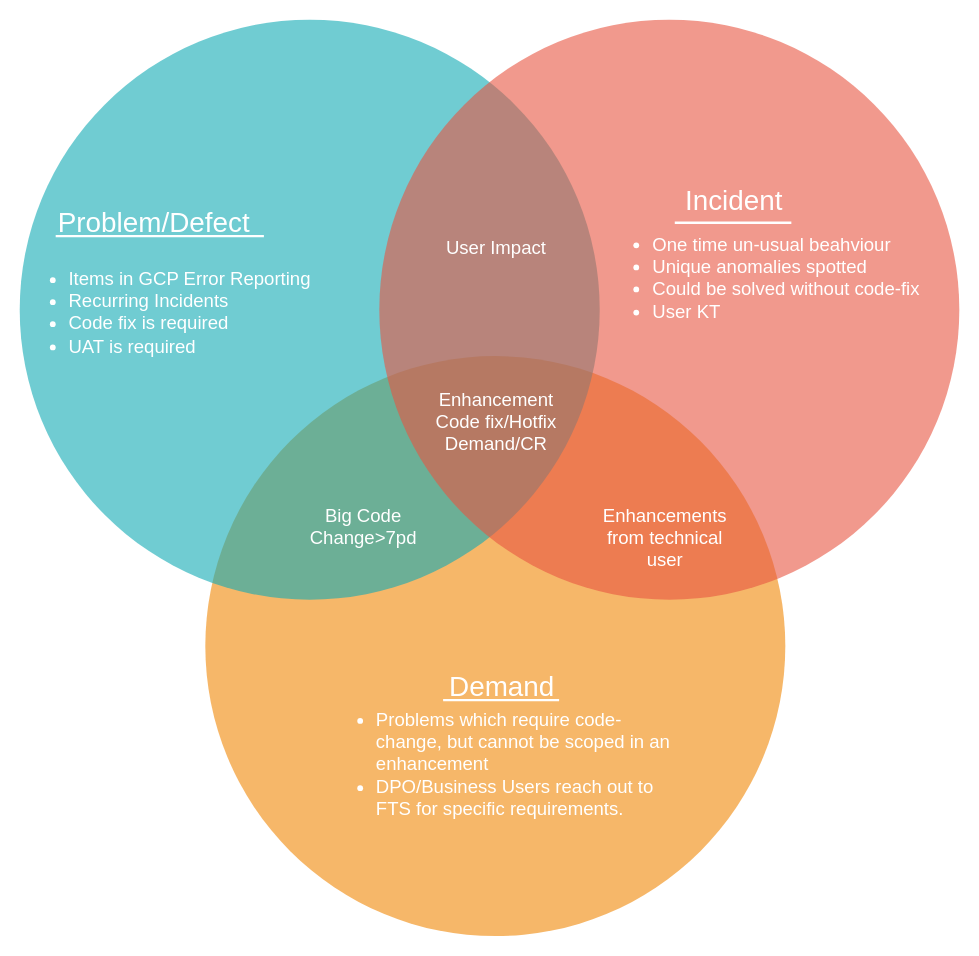
The draw.io diagram Incident-Problem-classification.drawio in mainakdey-oa/diagramit, before the edit. Source tidied: cells renumbered, new cells numbered last; positions are measured from the earlier drawing's top-left corner, leaving out a move shared by most shapes. Both pictures are drawn from the tidied source at 116%, with x=0, y=0 at pixel (20, 19).
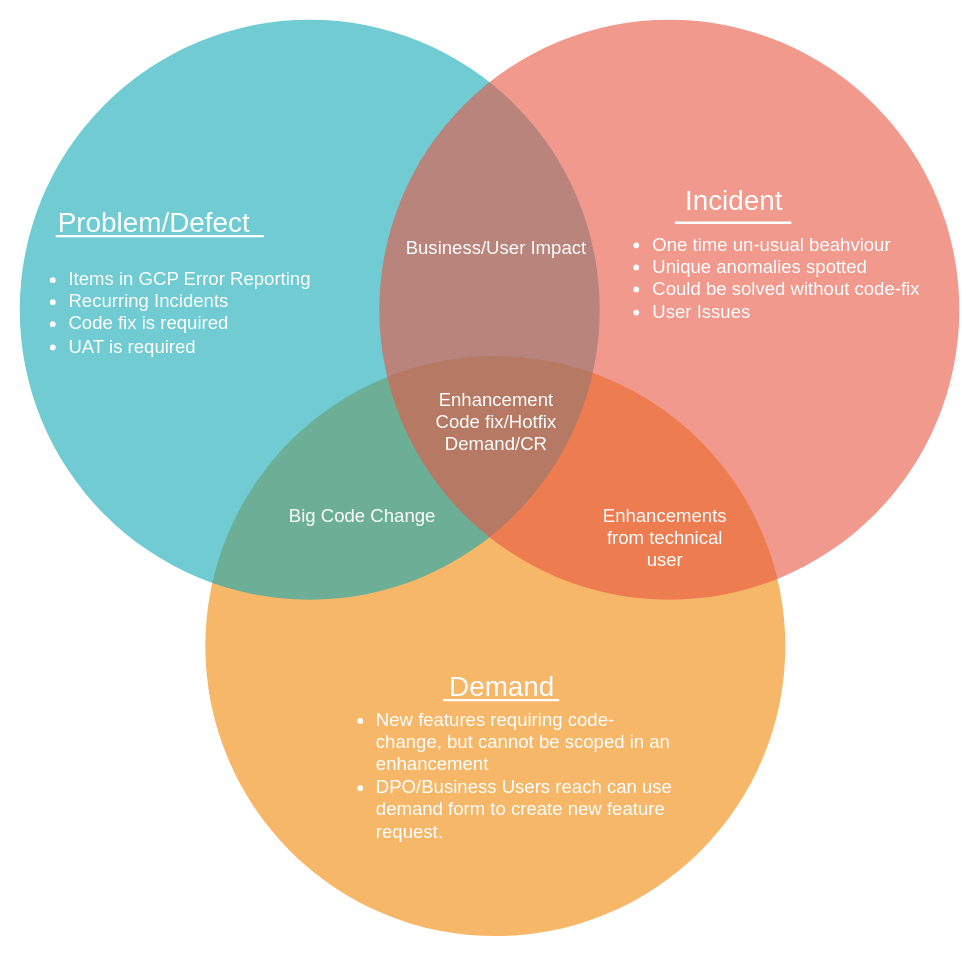
After the change.

What changed in the source:
```diff
@@
 <mxGraphModel>
   <root>
     <mxCell id="0" />
     <mxCell id="1" parent="0" />
     <mxCell id="2" style="ellipse;fillColor=#F08705;opacity=60;strokeColor=none;html=1;fontColor=#FFFFFF;" parent="1" vertex="1">
       <mxGeometry x="159.5" y="290.5" width="500" height="500" as="geometry" />
     </mxCell>
     <mxCell id="3" style="ellipse;fillColor=#12AAB5;opacity=60;strokeColor=none;html=1;fontColor=#FFFFFF;" parent="1" vertex="1">
       <mxGeometry x="-0.5" y="0.5" width="500" height="500" as="geometry" />
     </mxCell>
     <mxCell id="4" style="ellipse;fillColor=#e85642;opacity=60;strokeColor=none;html=1;fontColor=#FFFFFF;" parent="1" vertex="1">
       <mxGeometry x="309.5" y="0.5" width="500" height="500" as="geometry" />
     </mxCell>
     <mxCell id="5" value="Problem/Defect" style="text;fontSize=24;align=center;verticalAlign=middle;html=1;fontColor=#FFFFFF;" parent="1" vertex="1">
       <mxGeometry x="20" y="139.8" width="190" height="71.5" as="geometry" />
     </mxCell>
     <mxCell id="6" value="Incident" style="text;fontSize=24;align=center;verticalAlign=middle;html=1;fontColor=#FFFFFF;" parent="1" vertex="1">
       <mxGeometry x="519.5" y="122" width="190" height="70" as="geometry" />
     </mxCell>
     <mxCell id="7" value="Demand" style="text;fontSize=24;align=center;verticalAlign=middle;html=1;fontColor=#FFFFFF;" parent="1" vertex="1">
       <mxGeometry x="319.5" y="540.5" width="190" height="70" as="geometry" />
     </mxCell>
-    <mxCell id="8" value="User Impact" style="text;align=center;html=1;fontColor=#FFFFFF;fontSize=16;" parent="1" vertex="1">
-      <mxGeometry x="389.5" y="180.5" width="40" height="40" as="geometry" />
+    <mxCell id="8" value="Business/User Impact" style="text;align=center;html=1;fontColor=#FFFFFF;fontSize=16;" parent="1" vertex="1">
+      <mxGeometry x="390" y="180.5" width="39.5" height="40" as="geometry" />
     </mxCell>
     <mxCell id="9" value="Enhancement&lt;br&gt;Code fix/Hotfix&lt;br&gt;Demand/CR" style="text;align=center;html=1;fontColor=#FFFFFF;fontSize=16;" parent="1" vertex="1">
       <mxGeometry x="390" y="312" width="40" height="40" as="geometry" />
     </mxCell>
     <mxCell id="10" style="line;strokeWidth=2;html=1;rounded=0;shadow=0;fontSize=27;align=center;fillColor=none;strokeColor=#FFFFFF;" parent="1" vertex="1">
       <mxGeometry x="564.2" y="170.5" width="100.5" height="10" as="geometry" />
     </mxCell>
     <mxCell id="11" style="line;strokeWidth=2;html=1;rounded=0;shadow=0;fontSize=27;align=center;fillColor=none;strokeColor=#FFFFFF;" parent="1" vertex="1">
       <mxGeometry x="30.5" y="182" width="179.5" height="10" as="geometry" />
     </mxCell>
     <mxCell id="12" style="line;strokeWidth=2;html=1;rounded=0;shadow=0;fontSize=27;align=center;fillColor=none;strokeColor=#FFFFFF;" parent="1" vertex="1">
       <mxGeometry x="364.5" y="582" width="100" height="10" as="geometry" />
     </mxCell>
-    <mxCell id="13" value="&lt;ul&gt;&lt;li style=&quot;text-align: left;&quot;&gt;One time un-usual beahviour&lt;/li&gt;&lt;li style=&quot;text-align: left;&quot;&gt;Unique anomalies spotted&lt;/li&gt;&lt;li&gt;Could be solved without code-fix&lt;/li&gt;&lt;li style=&quot;text-align: left;&quot;&gt;User KT&amp;nbsp;&lt;/li&gt;&lt;/ul&gt;" style="text;align=center;html=1;fontColor=#FFFFFF;fontSize=16;" parent="1" vertex="1">
+    <mxCell id="13" value="&lt;ul&gt;&lt;li style=&quot;text-align: left;&quot;&gt;One time un-usual beahviour&lt;/li&gt;&lt;li style=&quot;text-align: left;&quot;&gt;Unique anomalies spotted&lt;/li&gt;&lt;li&gt;Could be solved without code-fix&lt;/li&gt;&lt;li style=&quot;text-align: left;&quot;&gt;User Issues&amp;nbsp;&lt;/li&gt;&lt;/ul&gt;" style="text;align=center;html=1;fontColor=#FFFFFF;fontSize=16;" parent="1" vertex="1">
       <mxGeometry x="619.5" y="162" width="40" height="40" as="geometry" />
     </mxCell>
     <mxCell id="14" value="&lt;ul style=&quot;color: rgb(255, 255, 255); font-family: Helvetica; font-size: 16px; font-style: normal; font-variant-ligatures: normal; font-variant-caps: normal; font-weight: 400; letter-spacing: normal; orphans: 2; text-indent: 0px; text-transform: none; widows: 2; word-spacing: 0px; -webkit-text-stroke-width: 0px; text-decoration-thickness: initial; text-decoration-style: initial; text-decoration-color: initial;&quot;&gt;&lt;li style=&quot;&quot;&gt;Items in GCP Error Reporting&lt;/li&gt;&lt;li style=&quot;&quot;&gt;Recurring Incidents&lt;/li&gt;&lt;li style=&quot;&quot;&gt;Code fix is required&lt;/li&gt;&lt;li style=&quot;&quot;&gt;UAT is required&lt;/li&gt;&lt;/ul&gt;" style="text;whiteSpace=wrap;html=1;" parent="1" vertex="1">
       <mxGeometry x="-0.5" y="192" width="300" height="90" as="geometry" />
     </mxCell>
-    <mxCell id="15" value="&lt;ul style=&quot;color: rgb(255, 255, 255); font-family: Helvetica; font-size: 16px; font-style: normal; font-variant-ligatures: normal; font-variant-caps: normal; font-weight: 400; letter-spacing: normal; orphans: 2; text-align: center; text-indent: 0px; text-transform: none; widows: 2; word-spacing: 0px; -webkit-text-stroke-width: 0px; text-decoration-thickness: initial; text-decoration-style: initial; text-decoration-color: initial;&quot;&gt;&lt;li style=&quot;text-align: left;&quot;&gt;&lt;span style=&quot;text-align: center; background-color: initial;&quot;&gt;Problems which require code-change, but cannot be scoped in an enhancement&lt;/span&gt;&lt;br&gt;&lt;/li&gt;&lt;li style=&quot;text-align: left;&quot;&gt;DPO/Business Users reach out to FTS for specific requirements.&lt;/li&gt;&lt;/ul&gt;" style="text;whiteSpace=wrap;html=1;labelBackgroundColor=none;" parent="1" vertex="1">
+    <mxCell id="15" value="&lt;ul style=&quot;color: rgb(255, 255, 255); font-family: Helvetica; font-size: 16px; font-style: normal; font-variant-ligatures: normal; font-variant-caps: normal; font-weight: 400; letter-spacing: normal; orphans: 2; text-align: center; text-indent: 0px; text-transform: none; widows: 2; word-spacing: 0px; -webkit-text-stroke-width: 0px; text-decoration-thickness: initial; text-decoration-style: initial; text-decoration-color: initial;&quot;&gt;&lt;li style=&quot;text-align: left;&quot;&gt;&lt;span style=&quot;text-align: center; background-color: initial;&quot;&gt;New features requiring code-change, but cannot be scoped in an enhancement&lt;/span&gt;&lt;br&gt;&lt;/li&gt;&lt;li style=&quot;text-align: left;&quot;&gt;DPO/Business Users reach can use demand form to create new feature request.&lt;/li&gt;&lt;/ul&gt;" style="text;whiteSpace=wrap;html=1;labelBackgroundColor=none;" parent="1" vertex="1">
       <mxGeometry x="264.5" y="572" width="300" height="130" as="geometry" />
     </mxCell>
-    <mxCell id="16" value="&lt;div style=&quot;text-align: center;&quot;&gt;&lt;span style=&quot;background-color: initial; font-size: 16px;&quot;&gt;&lt;font color=&quot;#ffffff&quot;&gt;Big Code Change&amp;gt;7pd&lt;/font&gt;&lt;/span&gt;&lt;/div&gt;" style="text;whiteSpace=wrap;html=1;" parent="1" vertex="1">
+    <mxCell id="16" value="&lt;div style=&quot;text-align: center;&quot;&gt;&lt;span style=&quot;background-color: initial; font-size: 16px;&quot;&gt;&lt;font color=&quot;#ffffff&quot;&gt;Big Code Change&lt;/font&gt;&lt;/span&gt;&lt;/div&gt;" style="text;whiteSpace=wrap;html=1;" parent="1" vertex="1">
       <mxGeometry x="230" y="412" width="130" height="40" as="geometry" />
     </mxCell>
     <mxCell id="17" value="&lt;div style=&quot;text-align: center;&quot;&gt;&lt;span style=&quot;background-color: initial; font-size: 16px;&quot;&gt;&lt;font color=&quot;#ffffff&quot;&gt;Enhancements from technical user&lt;/font&gt;&lt;/span&gt;&lt;/div&gt;" style="text;whiteSpace=wrap;html=1;" parent="1" vertex="1">
       <mxGeometry x="489.5" y="412" width="130" height="40" as="geometry" />
     </mxCell>
   </root>
 </mxGraphModel>
```
